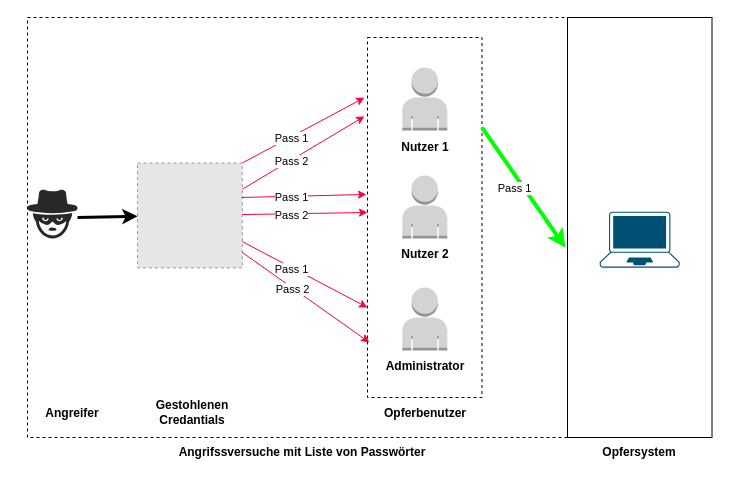
Before: Bachelorarbeit/assets/Spraying.drawio in Bruno-Macedo/Praxisbericht_Bacherloarbeit, a draw.io diagram. Source tidied: cells renumbered, new cells numbered last; positions are measured from the earlier drawing's top-left corner, leaving out a move shared by most shapes. Both pictures are drawn from the tidied source at 100%, with x=0, y=0 at pixel (17, 17). Pictures stored in the file or linked from it are replaced by grey dashed boxes.
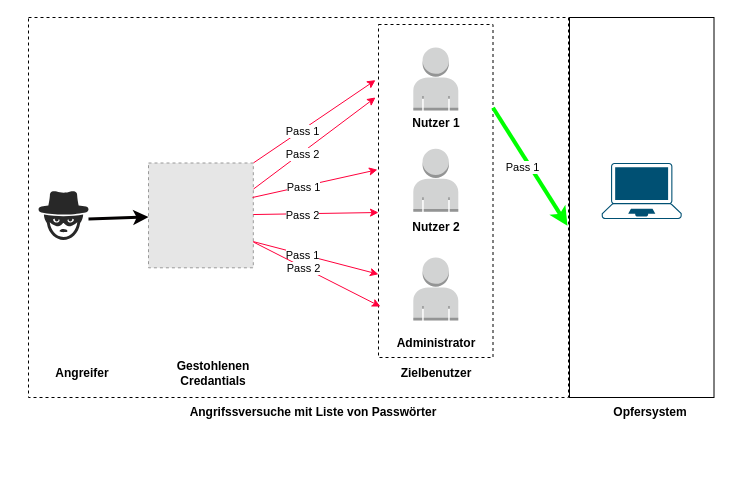
The same page after the edit.

Diff of the diagram source:
```diff
@@
     <mxCell id="2" style="rounded=0;whiteSpace=wrap;html=1;labelBackgroundColor=none;dashed=1;fillColor=none;" parent="1" vertex="1">
-      <mxGeometry x="10" width="540" height="420" as="geometry" />
+      <mxGeometry x="11" width="540" height="380" as="geometry" />
     </mxCell>
     <mxCell id="3" style="rounded=0;whiteSpace=wrap;html=1;labelBackgroundColor=none;" parent="1" vertex="1">
-      <mxGeometry x="550" width="144.5" height="420" as="geometry" />
+      <mxGeometry x="552" width="144.5" height="380" as="geometry" />
     </mxCell>
     <mxCell id="4" value="Opfersystem" style="text;html=1;strokeColor=none;fillColor=none;align=center;verticalAlign=middle;whiteSpace=wrap;rounded=0;fontStyle=1;" parent="1" vertex="1">
-      <mxGeometry x="567.2" y="420" width="110" height="30" as="geometry" />
+      <mxGeometry x="578.2" y="380" width="110" height="30" as="geometry" />
     </mxCell>
     <mxCell id="5" style="verticalLabelPosition=bottom;sketch=0;html=1;fillColor=#282828;strokeColor=none;verticalAlign=top;align=center;shape=mxgraph.cisco_safe.security_icons.icon36;" parent="1" vertex="1">
-      <mxGeometry x="10" y="172" width="50" height="49" as="geometry" />
+      <mxGeometry x="21" y="173.4" width="50" height="49" as="geometry" />
     </mxCell>
     <mxCell id="6" value="Angreifer" style="text;html=1;strokeColor=none;fillColor=none;align=center;verticalAlign=middle;whiteSpace=wrap;rounded=0;fontStyle=1;" parent="1" vertex="1">
-      <mxGeometry y="381" width="110" height="30" as="geometry" />
+      <mxGeometry x="10" y="341" width="110" height="30" as="geometry" />
     </mxCell>
     <mxCell id="7" style="rounded=0;whiteSpace=wrap;html=1;labelBackgroundColor=none;dashed=1;" parent="1" vertex="1">
-      <mxGeometry x="350" y="20" width="114.5" height="360" as="geometry" />
+      <mxGeometry x="361" y="7" width="114.5" height="333" as="geometry" />
     </mxCell>
-    <mxCell id="8" value="Opferbenutzer" style="text;html=1;strokeColor=none;fillColor=none;align=center;verticalAlign=middle;whiteSpace=wrap;rounded=0;fontStyle=1;" parent="1" vertex="1">
-      <mxGeometry x="365.5" y="380" width="83.5" height="31" as="geometry" />
+    <mxCell id="8" value="Zielbenutzer" style="text;html=1;strokeColor=none;fillColor=none;align=center;verticalAlign=middle;whiteSpace=wrap;rounded=0;fontStyle=1;" parent="1" vertex="1">
+      <mxGeometry x="376.5" y="340" width="83.5" height="31" as="geometry" />
     </mxCell>
     <mxCell id="9" style="verticalLabelPosition=bottom;sketch=0;html=1;verticalAlign=top;align=center;shape=mxgraph.cisco19.laptop;fillColor=#005073;strokeColor=none;" parent="1" vertex="1">
-      <mxGeometry x="582.2" y="194.2" width="80" height="56" as="geometry" />
+      <mxGeometry x="584.2" y="145.5" width="80" height="56" as="geometry" />
     </mxCell>
@@
     <mxCell id="14" style="dashed=0;verticalLabelPosition=bottom;verticalAlign=top;align=center;html=1;shape=mxgraph.aws3.user;fillColor=#D2D3D3;gradientColor=none;strokeColor=#00FF00;" parent="1" vertex="1">
-      <mxGeometry x="384.8" y="158" width="45" height="63" as="geometry" />
+      <mxGeometry x="395.8" y="131.2" width="45" height="63" as="geometry" />
     </mxCell>
@@
     <mxCell id="17" value="Angrifssversuche mit Liste von Passwörter" style="text;html=1;strokeColor=none;fillColor=none;align=center;verticalAlign=middle;whiteSpace=wrap;rounded=0;fontStyle=1;" parent="1" vertex="1">
-      <mxGeometry x="130" y="420" width="310" height="30" as="geometry" />
+      <mxGeometry x="141" y="380" width="310" height="30" as="geometry" />
     </mxCell>
     <mxCell id="18" style="fillColor=#E6E6E6;strokeColor=#999999;dashed=1;html=1;verticalAlign=top;verticalLabelPosition=bottom;labelBackgroundColor=#ffffff;" parent="1" vertex="1">
-      <mxGeometry x="120" y="145.5" width="104.8" height="104.8" as="geometry" />
+      <mxGeometry x="131" y="145.5" width="104.8" height="104.8" as="geometry" />
     </mxCell>
     <mxCell id="19" value="Gestohlenen Credantials" style="text;html=1;strokeColor=none;fillColor=none;align=center;verticalAlign=middle;whiteSpace=wrap;rounded=0;fontStyle=1;" parent="1" vertex="1">
-      <mxGeometry x="120" y="380" width="110" height="30" as="geometry" />
+      <mxGeometry x="141" y="341" width="110" height="30" as="geometry" />
     </mxCell>
@@
     <mxCell id="21" style="dashed=0;verticalLabelPosition=bottom;verticalAlign=top;align=center;html=1;shape=mxgraph.aws3.user;fillColor=#D2D3D3;gradientColor=none;strokeColor=#00FF00;" parent="1" vertex="1">
-      <mxGeometry x="384.8" y="50" width="45" height="63" as="geometry" />
+      <mxGeometry x="395.8" y="30" width="45" height="63" as="geometry" />
     </mxCell>
     <mxCell id="22" style="dashed=0;verticalLabelPosition=bottom;verticalAlign=top;align=center;html=1;shape=mxgraph.aws3.user;fillColor=#D2D3D3;gradientColor=none;strokeColor=#00FF00;" parent="1" vertex="1">
-      <mxGeometry x="384.8" y="270" width="45" height="63" as="geometry" />
+      <mxGeometry x="395.8" y="240" width="45" height="63" as="geometry" />
     </mxCell>
     <mxCell id="23" value="Nutzer 1" style="text;html=1;strokeColor=none;fillColor=none;align=center;verticalAlign=middle;whiteSpace=wrap;rounded=0;fontStyle=1;" parent="1" vertex="1">
-      <mxGeometry x="365.5" y="114.5" width="83.5" height="31" as="geometry" />
+      <mxGeometry x="376.5" y="90" width="83.5" height="31" as="geometry" />
     </mxCell>
     <mxCell id="24" value="Nutzer 2" style="text;html=1;strokeColor=none;fillColor=none;align=center;verticalAlign=middle;whiteSpace=wrap;rounded=0;fontStyle=1;" parent="1" vertex="1">
-      <mxGeometry x="365.5" y="221" width="83.5" height="31" as="geometry" />
+      <mxGeometry x="376.5" y="194.5" width="83.5" height="31" as="geometry" />
     </mxCell>
     <mxCell id="25" value="Administrator" style="text;html=1;strokeColor=none;fillColor=none;align=center;verticalAlign=middle;whiteSpace=wrap;rounded=0;fontStyle=1;" parent="1" vertex="1">
-      <mxGeometry x="365.5" y="333" width="83.5" height="31" as="geometry" />
+      <mxGeometry x="376.5" y="310" width="83.5" height="31" as="geometry" />
     </mxCell>
@@
     <mxCell id="28" style="endArrow=classic;html=1;rounded=0;strokeColor=#FF003C;entryX=-0.026;entryY=0.219;entryDx=0;entryDy=0;entryPerimeter=0;" parent="1" edge="1" source="18">
       <mxGeometry relative="1" as="geometry">
-        <mxPoint x="350" y="195" as="targetPoint" />
+        <mxPoint x="361" y="195" as="targetPoint" />
       </mxGeometry>
     </mxCell>
```
